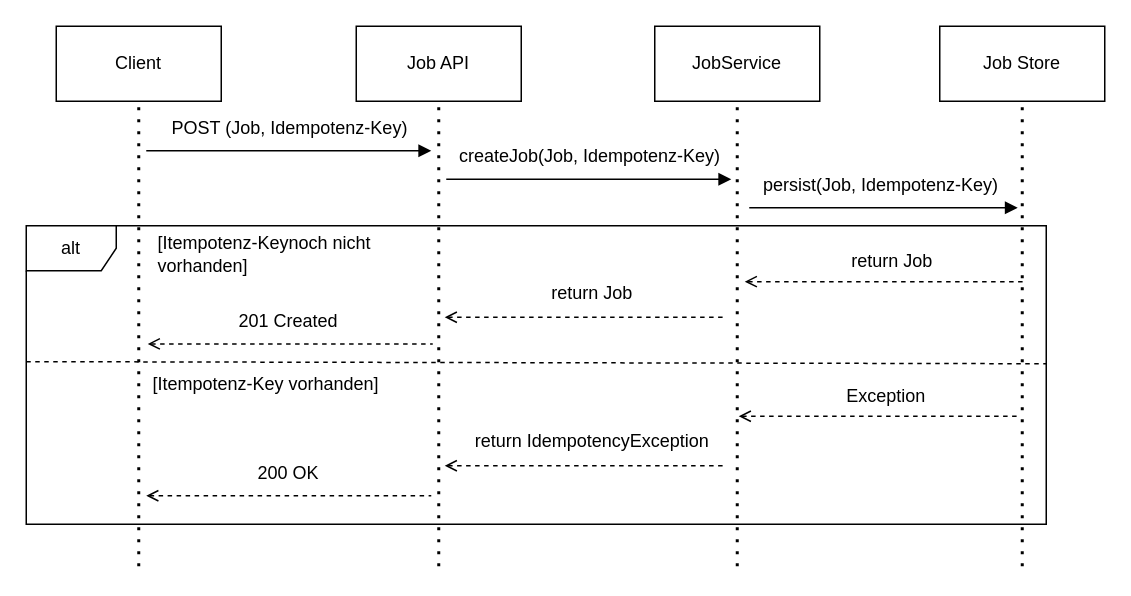
Earlier version of the draw.io diagram Paper/drawio/jobannahmeSequenzdiagramm.drawio (murfei/FaultTolerantJobProcessing). Source tidied: cells renumbered, new cells numbered last; positions are measured from the earlier drawing's top-left corner, leaving out a move shared by most shapes. Both pictures are drawn from the tidied source at 150%, with x=0, y=0 at pixel (26, 26).
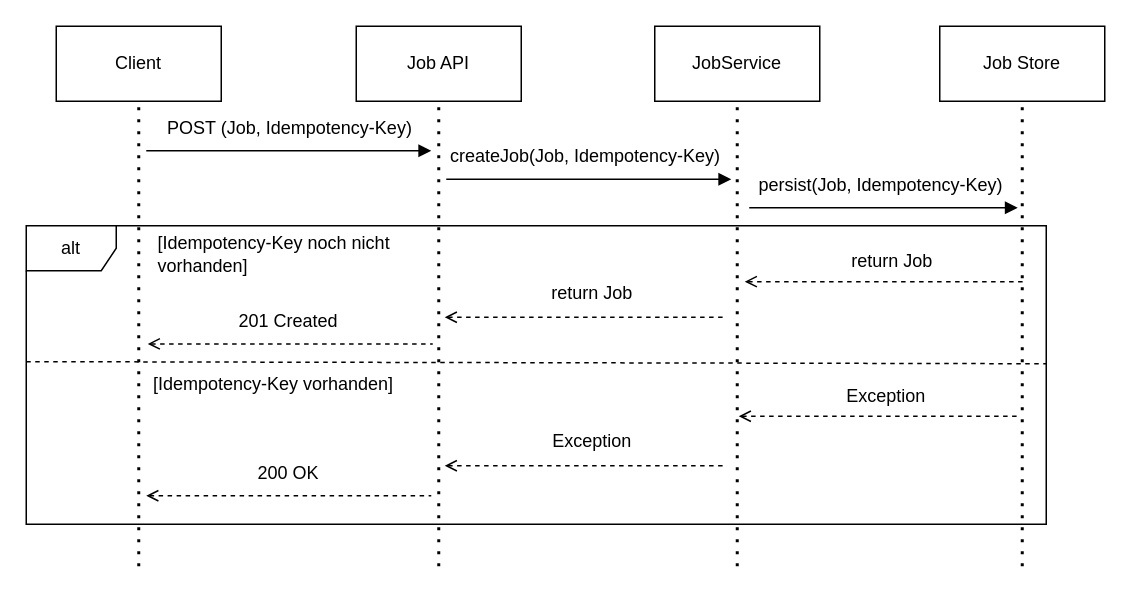
The same diagram, later.

What changed in the source:
```diff
@@
-    <mxCell id="9" value="POST (Job, Idempotenz-Key)" style="text;html=1;whiteSpace=wrap;strokeColor=none;fillColor=none;align=center;verticalAlign=middle;rounded=0;" parent="1" vertex="1">
+    <mxCell id="9" value="POST (Job, Idempotency-Key)" style="text;html=1;whiteSpace=wrap;strokeColor=none;fillColor=none;align=center;verticalAlign=middle;rounded=0;" parent="1" vertex="1">
       <mxGeometry x="86" y="53" width="180" height="30" as="geometry" />
     </mxCell>
@@
-    <mxCell id="15" value="[Itempotenz-Key vorhanden]" style="text;html=1;whiteSpace=wrap;strokeColor=none;fillColor=none;align=center;verticalAlign=middle;rounded=0;" parent="1" vertex="1">
-      <mxGeometry x="80" y="224" width="160" height="30" as="geometry" />
+    <mxCell id="15" value="[Idempotency-Key vorhanden]" style="text;html=1;whiteSpace=wrap;strokeColor=none;fillColor=none;align=center;verticalAlign=middle;rounded=0;" parent="1" vertex="1">
+      <mxGeometry x="80" y="224" width="170" height="30" as="geometry" />
     </mxCell>
-    <mxCell id="16" value="&lt;div align=&quot;left&quot;&gt;[Itempotenz-Keynoch nicht vorhanden]&lt;/div&gt;" style="text;html=1;whiteSpace=wrap;strokeColor=none;fillColor=none;align=left;verticalAlign=middle;rounded=0;" parent="1" vertex="1">
+    <mxCell id="16" value="&lt;div align=&quot;left&quot;&gt;[Idempotency-Key noch nicht vorhanden]&lt;/div&gt;" style="text;html=1;whiteSpace=wrap;strokeColor=none;fillColor=none;align=left;verticalAlign=middle;rounded=0;" parent="1" vertex="1">
       <mxGeometry x="86" y="137" width="200" height="30" as="geometry" />
     </mxCell>
@@
-    <mxCell id="20" value="persist(Job, Idempotenz-Key)" style="text;html=1;whiteSpace=wrap;strokeColor=none;fillColor=none;align=center;verticalAlign=middle;rounded=0;" parent="1" vertex="1">
+    <mxCell id="20" value="persist(Job,&amp;nbsp;Idempotency-Key)" style="text;html=1;whiteSpace=wrap;strokeColor=none;fillColor=none;align=center;verticalAlign=middle;rounded=0;" parent="1" vertex="1">
       <mxGeometry x="480" y="91" width="180" height="30" as="geometry" />
     </mxCell>
@@
-    <mxCell id="24" value="createJob(Job,&amp;nbsp;Idempotenz-Key)" style="text;html=1;whiteSpace=wrap;strokeColor=none;fillColor=none;align=center;verticalAlign=middle;rounded=0;" parent="1" vertex="1">
-      <mxGeometry x="286" y="72" width="180" height="30" as="geometry" />
+    <mxCell id="24" value="createJob(Job,&amp;nbsp;Idempotency-Key)" style="text;html=1;whiteSpace=wrap;strokeColor=none;fillColor=none;align=center;verticalAlign=middle;rounded=0;" parent="1" vertex="1">
+      <mxGeometry x="280" y="72" width="186" height="30" as="geometry" />
     </mxCell>
-    <mxCell id="25" value="return IdempotencyException" style="text;html=1;whiteSpace=wrap;strokeColor=none;fillColor=none;align=center;verticalAlign=middle;rounded=0;" parent="1" vertex="1">
+    <mxCell id="25" value="Exception" style="text;html=1;whiteSpace=wrap;strokeColor=none;fillColor=none;align=center;verticalAlign=middle;rounded=0;" parent="1" vertex="1">
       <mxGeometry x="280" y="262" width="195" height="30" as="geometry" />
     </mxCell>
```
